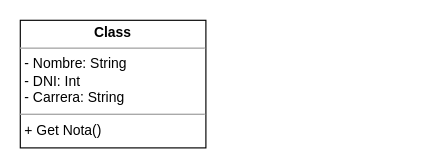
John10Alvarezz/Proyectos keeps this draw.io diagram as Diagrama.drawio. Above is the earlier version. Source tidied: cells renumbered, new cells numbered last; positions are measured from the earlier drawing's top-left corner, leaving out a move shared by most shapes. Both pictures are drawn from the tidied source at 116%, with x=0, y=0 at pixel (20, 20).
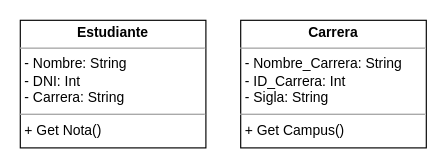
The same diagram, later.

What changed in the source:
```diff
@@
 <mxGraphModel>
   <root>
     <mxCell id="0" />
     <mxCell id="1" parent="0" />
-    <mxCell id="2" value="&lt;p style=&quot;margin:0px;margin-top:4px;text-align:center;&quot;&gt;&lt;b&gt;Class&lt;/b&gt;&lt;/p&gt;&lt;hr size=&quot;1&quot;&gt;&lt;p style=&quot;margin:0px;margin-left:4px;&quot;&gt;- Nombre: String&lt;/p&gt;&lt;p style=&quot;margin:0px;margin-left:4px;&quot;&gt;- DNI: Int&lt;/p&gt;&lt;p style=&quot;margin:0px;margin-left:4px;&quot;&gt;- Carrera: String&lt;/p&gt;&lt;hr size=&quot;1&quot;&gt;&lt;p style=&quot;margin:0px;margin-left:4px;&quot;&gt;+ Get Nota()&lt;/p&gt;" style="verticalAlign=top;align=left;overflow=fill;fontSize=12;fontFamily=Helvetica;html=1;" parent="1" vertex="1">
+    <mxCell id="2" value="&lt;p style=&quot;margin:0px;margin-top:4px;text-align:center;&quot;&gt;&lt;b&gt;Estudiante&lt;/b&gt;&lt;/p&gt;&lt;hr size=&quot;1&quot;&gt;&lt;p style=&quot;margin:0px;margin-left:4px;&quot;&gt;- Nombre: String&lt;/p&gt;&lt;p style=&quot;margin:0px;margin-left:4px;&quot;&gt;- DNI: Int&lt;/p&gt;&lt;p style=&quot;margin:0px;margin-left:4px;&quot;&gt;- Carrera: String&lt;/p&gt;&lt;hr size=&quot;1&quot;&gt;&lt;p style=&quot;margin:0px;margin-left:4px;&quot;&gt;+ Get Nota()&lt;/p&gt;" style="verticalAlign=top;align=left;overflow=fill;fontSize=12;fontFamily=Helvetica;html=1;" parent="1" vertex="1">
       <mxGeometry width="160" height="110" as="geometry" />
     </mxCell>
+    <mxCell id="3" value="&lt;p style=&quot;margin:0px;margin-top:4px;text-align:center;&quot;&gt;&lt;b&gt;Carrera&lt;/b&gt;&lt;/p&gt;&lt;hr size=&quot;1&quot;&gt;&lt;p style=&quot;margin:0px;margin-left:4px;&quot;&gt;- Nombre_Carrera: String&lt;/p&gt;&lt;p style=&quot;margin:0px;margin-left:4px;&quot;&gt;- ID_Carrera: Int&lt;/p&gt;&lt;p style=&quot;margin:0px;margin-left:4px;&quot;&gt;- Sigla: String&lt;/p&gt;&lt;hr size=&quot;1&quot;&gt;&lt;p style=&quot;margin:0px;margin-left:4px;&quot;&gt;+ Get Campus()&lt;/p&gt;" style="verticalAlign=top;align=left;overflow=fill;fontSize=12;fontFamily=Helvetica;html=1;" parent="1" vertex="1">
+      <mxGeometry x="190" width="160" height="110" as="geometry" />
+    </mxCell>
   </root>
 </mxGraphModel>
```
